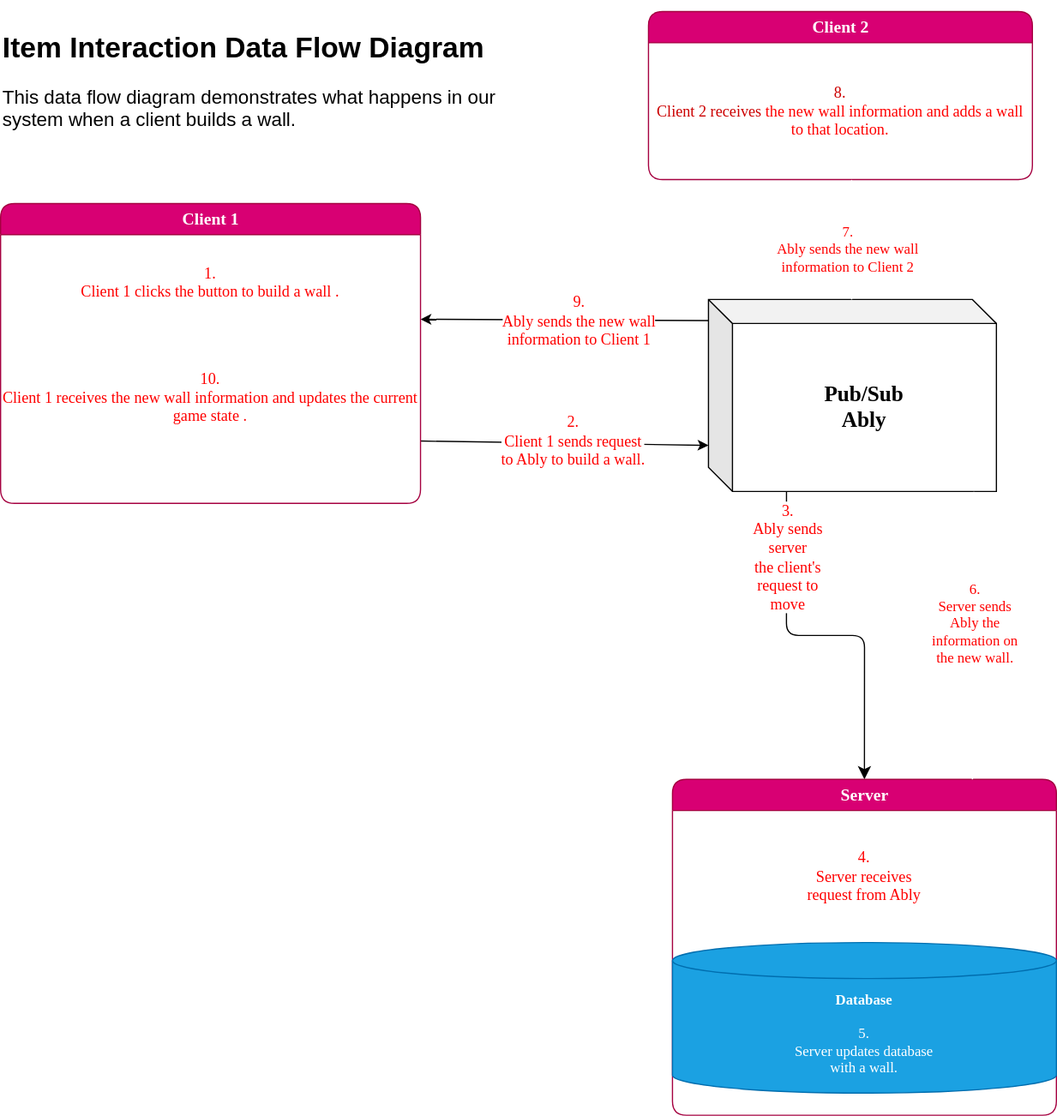
Earlier version of the draw.io export diagrams/itemInteraction.drawio.svg (sloalchemist/potions). Source tidied: cells renumbered, new cells last; positions are measured from the earlier drawing's top-left corner, leaving out a move shared by most shapes.
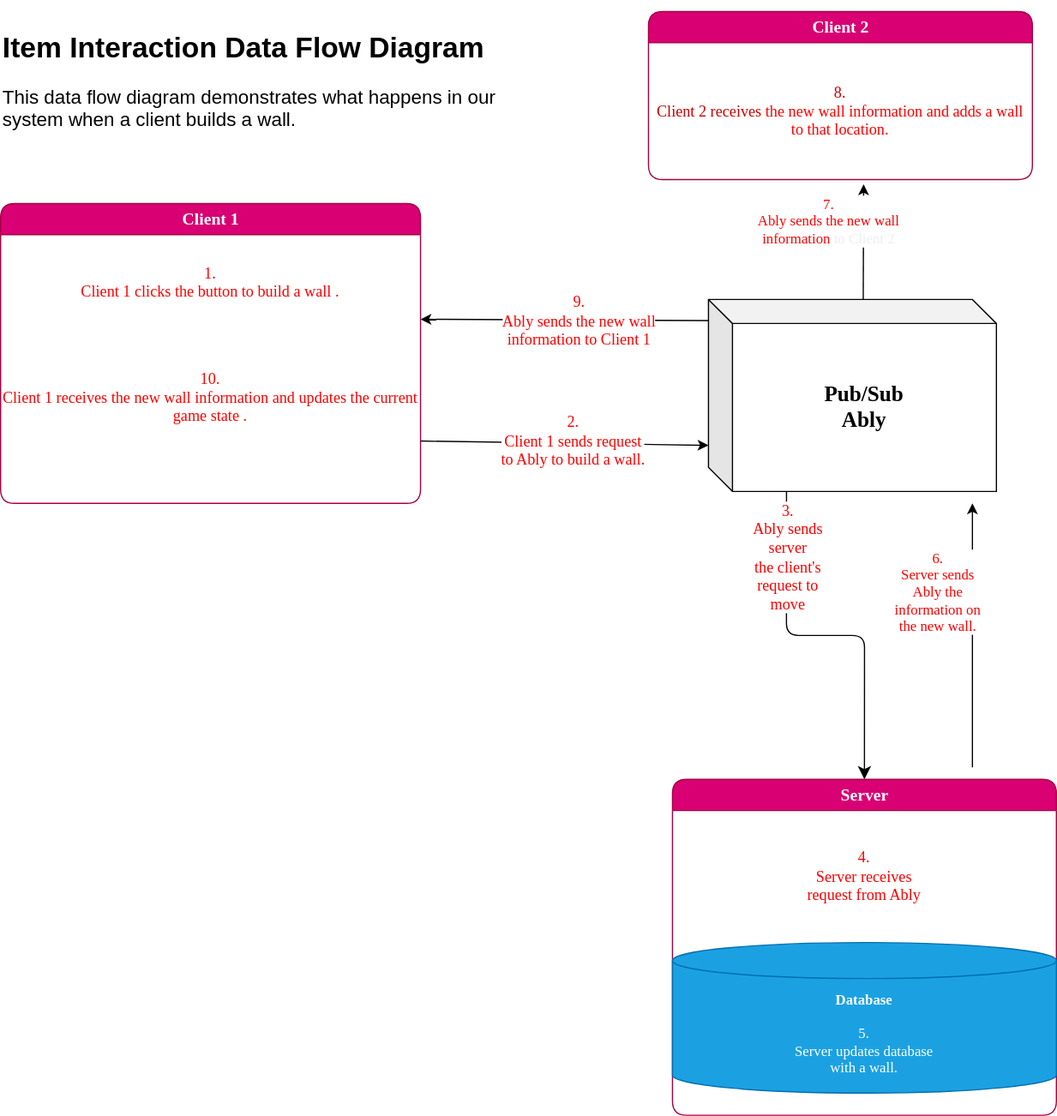
The same file after the commit.

Commit message:
doc: fix arrow errors again

What changed in the source:
```diff
@@ -64,24 +64,26 @@
     <mxCell id="19" value="&lt;h1 style=&quot;margin-top: 0px;&quot;&gt;&lt;font style=&quot;font-size: 24px;&quot;&gt;Item Interaction Data Flow Diagram&lt;/font&gt;&lt;/h1&gt;&lt;p&gt;&lt;font size=&quot;3&quot;&gt;This data flow diagram demonstrates what happens in our system when a client builds a wall.&lt;/font&gt;&lt;/p&gt;" style="text;html=1;whiteSpace=wrap;overflow=hidden;rounded=0;align=left;" parent="1" vertex="1">
       <mxGeometry y="10" width="440" height="120" as="geometry" />
     </mxCell>
-    <mxCell id="20" style="endArrow=classic;html=1;rounded=0;strokeColor=#FFFFFF;entryX=0.88;entryY=1;entryDx=0;entryDy=0;entryPerimeter=0;exitX=0.75;exitY=0;exitDx=0;exitDy=0;" parent="1" edge="1">
-      <mxGeometry relative="1" as="geometry">
-        <mxPoint x="810" y="640" as="sourcePoint" />
-        <mxPoint x="811.2" y="400" as="targetPoint" />
-      </mxGeometry>
-    </mxCell>
+    <mxCell id="24" style="endArrow=classic;html=1;rounded=0;" parent="1" edge="1">
+      <mxGeometry relative="1" as="geometry">
+        <mxPoint x="810" y="630" as="sourcePoint" />
+        <mxPoint x="810" y="410" as="targetPoint" />
+      </mxGeometry>
+    </mxCell>
-    <mxCell id="21" value="&lt;font style=&quot;color: rgb(255, 0, 0);&quot; face=&quot;Verdana&quot;&gt;6.&lt;/font&gt;&lt;div&gt;&lt;font style=&quot;color: rgb(255, 0, 0);&quot; face=&quot;Verdana&quot;&gt;Server sends&amp;nbsp;&lt;/font&gt;&lt;/div&gt;&lt;div&gt;&lt;font style=&quot;color: rgb(255, 0, 0);&quot; face=&quot;Verdana&quot;&gt;Ably the&amp;nbsp;&lt;/font&gt;&lt;/div&gt;&lt;div&gt;&lt;font style=&quot;color: rgb(255, 0, 0);&quot; face=&quot;Verdana&quot;&gt;information on&amp;nbsp;&lt;/font&gt;&lt;/div&gt;&lt;div&gt;&lt;font style=&quot;color: rgb(255, 0, 0);&quot; face=&quot;Verdana&quot;&gt;the new wall.&lt;/font&gt;&lt;/div&gt;" style="edgeLabel;html=1;align=center;verticalAlign=middle;strokeColor=#BAC8D3;fontColor=#EEEEEE;fillColor=#09555B;fontSize=12;" parent="20" vertex="1">
-      <mxGeometry x="0.08" y="-1" relative="1" as="geometry" />
+    <mxCell id="21" value="&lt;font style=&quot;font-size: 12px; color: rgb(255, 0, 0);&quot; face=&quot;Verdana&quot;&gt;6.&lt;/font&gt;&lt;div style=&quot;color: rgb(238, 238, 238); font-family: Helvetica; font-size: 12px;&quot;&gt;&lt;font style=&quot;color: rgb(255, 0, 0);&quot; face=&quot;Verdana&quot;&gt;Server sends&amp;nbsp;&lt;/font&gt;&lt;/div&gt;&lt;div style=&quot;color: rgb(238, 238, 238); font-family: Helvetica; font-size: 12px;&quot;&gt;&lt;font style=&quot;color: rgb(255, 0, 0);&quot; face=&quot;Verdana&quot;&gt;Ably the&amp;nbsp;&lt;/font&gt;&lt;/div&gt;&lt;div style=&quot;color: rgb(238, 238, 238); font-family: Helvetica; font-size: 12px;&quot;&gt;&lt;font style=&quot;color: rgb(255, 0, 0);&quot; face=&quot;Verdana&quot;&gt;information on&amp;nbsp;&lt;/font&gt;&lt;/div&gt;&lt;div style=&quot;color: rgb(238, 238, 238); font-family: Helvetica; font-size: 12px;&quot;&gt;&lt;font style=&quot;color: rgb(255, 0, 0);&quot; face=&quot;Verdana&quot;&gt;the new wall.&lt;/font&gt;&lt;/div&gt;" style="edgeLabel;html=1;align=center;verticalAlign=middle;fontFamily=Verdana;" parent="24" vertex="1">
+      <mxGeometry x="0.3" relative="1" as="geometry">
+        <mxPoint x="-30" y="-3" as="offset" />
+      </mxGeometry>
     </mxCell>
-    <mxCell id="22" style="endArrow=classic;html=1;rounded=0;strokeColor=#FFFFFF;exitX=0;exitY=0;exitDx=110;exitDy=0;exitPerimeter=0;entryX=0.5;entryY=1;entryDx=0;entryDy=0;" parent="1" edge="1">
-      <mxGeometry relative="1" as="geometry">
-        <mxPoint x="709.3" y="240" as="sourcePoint" />
-        <mxPoint x="709.3" y="140" as="targetPoint" />
-      </mxGeometry>
-    </mxCell>
+    <mxCell id="25" style="endArrow=classic;html=1;rounded=0;" parent="1" edge="1">
+      <mxGeometry relative="1" as="geometry">
+        <mxPoint x="719" y="240" as="sourcePoint" />
+        <mxPoint x="719.3" y="144" as="targetPoint" />
+      </mxGeometry>
+    </mxCell>
-    <mxCell id="23" value="&lt;font style=&quot;color: rgb(255, 0, 0);&quot;&gt;7.&lt;/font&gt;&lt;div&gt;&lt;font style=&quot;color: rgb(255, 0, 0);&quot;&gt;Ably sends the new wall&amp;nbsp;&lt;/font&gt;&lt;/div&gt;&lt;div&gt;&lt;font style=&quot;color: rgb(255, 0, 0);&quot;&gt;information&amp;nbsp;&lt;/font&gt;&lt;span style=&quot;color: light-dark(rgb(255, 0, 0), rgb(255, 144, 144)); background-color: light-dark(#ffffff, var(--ge-dark-color, #121212));&quot;&gt;to Client 2&lt;/span&gt;&lt;/div&gt;" style="edgeLabel;html=1;align=center;verticalAlign=middle;strokeColor=#BAC8D3;fontColor=#EEEEEE;fillColor=#09555B;fontFamily=Verdana;fontSize=12;" parent="22" vertex="1">
-      <mxGeometry x="0.19" y="4" relative="1" as="geometry">
-        <mxPoint y="17" as="offset" />
+    <mxCell id="23" value="&lt;font style=&quot;font-size: 12px; color: rgb(255, 0, 0);&quot;&gt;7.&lt;/font&gt;&lt;div style=&quot;color: rgb(238, 238, 238); font-size: 12px;&quot;&gt;&lt;font style=&quot;color: rgb(255, 0, 0);&quot;&gt;Ably sends the new wall&amp;nbsp;&lt;/font&gt;&lt;/div&gt;&lt;div style=&quot;color: rgb(238, 238, 238); font-size: 12px;&quot;&gt;&lt;font style=&quot;color: rgb(255, 0, 0);&quot;&gt;information&amp;nbsp;&lt;/font&gt;&lt;span style=&quot;background-color: light-dark(#ffffff, var(--ge-dark-color, #121212));&quot;&gt;to Client 2&lt;/span&gt;&lt;/div&gt;" style="edgeLabel;html=1;align=center;verticalAlign=middle;fontFamily=Verdana;" parent="25" vertex="1">
+      <mxGeometry x="0.3" relative="1" as="geometry">
+        <mxPoint x="-30" y="-3" as="offset" />
       </mxGeometry>
     </mxCell>
   </root>
```
